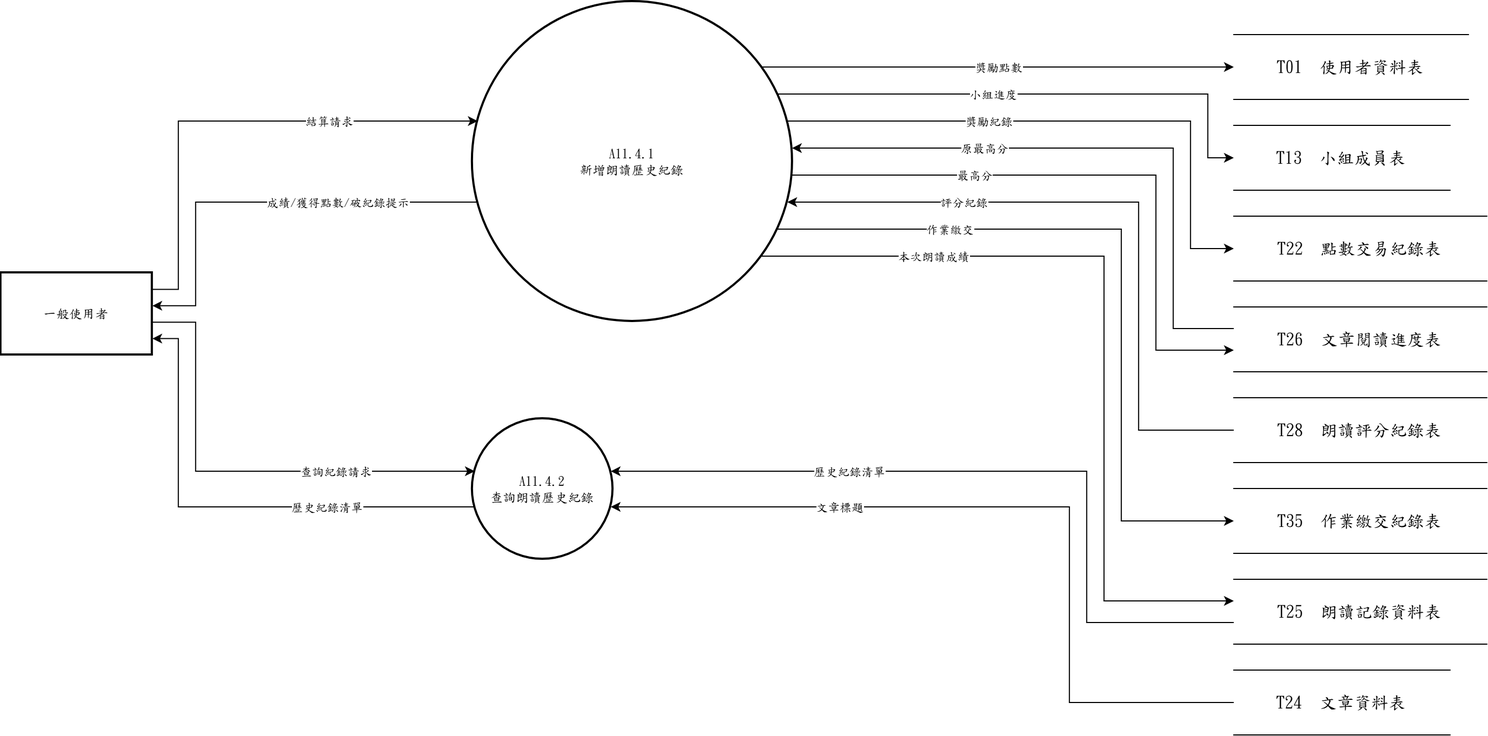
Earlier version of the draw.io export 系統文件/第6章/DFD圖/圖11/新/圖11-4.drawio.png (s22452007/115502). Source tidied: cells renumbered, new cells last; positions are measured from the earlier drawing's top-left corner, leaving out a move shared by most shapes.
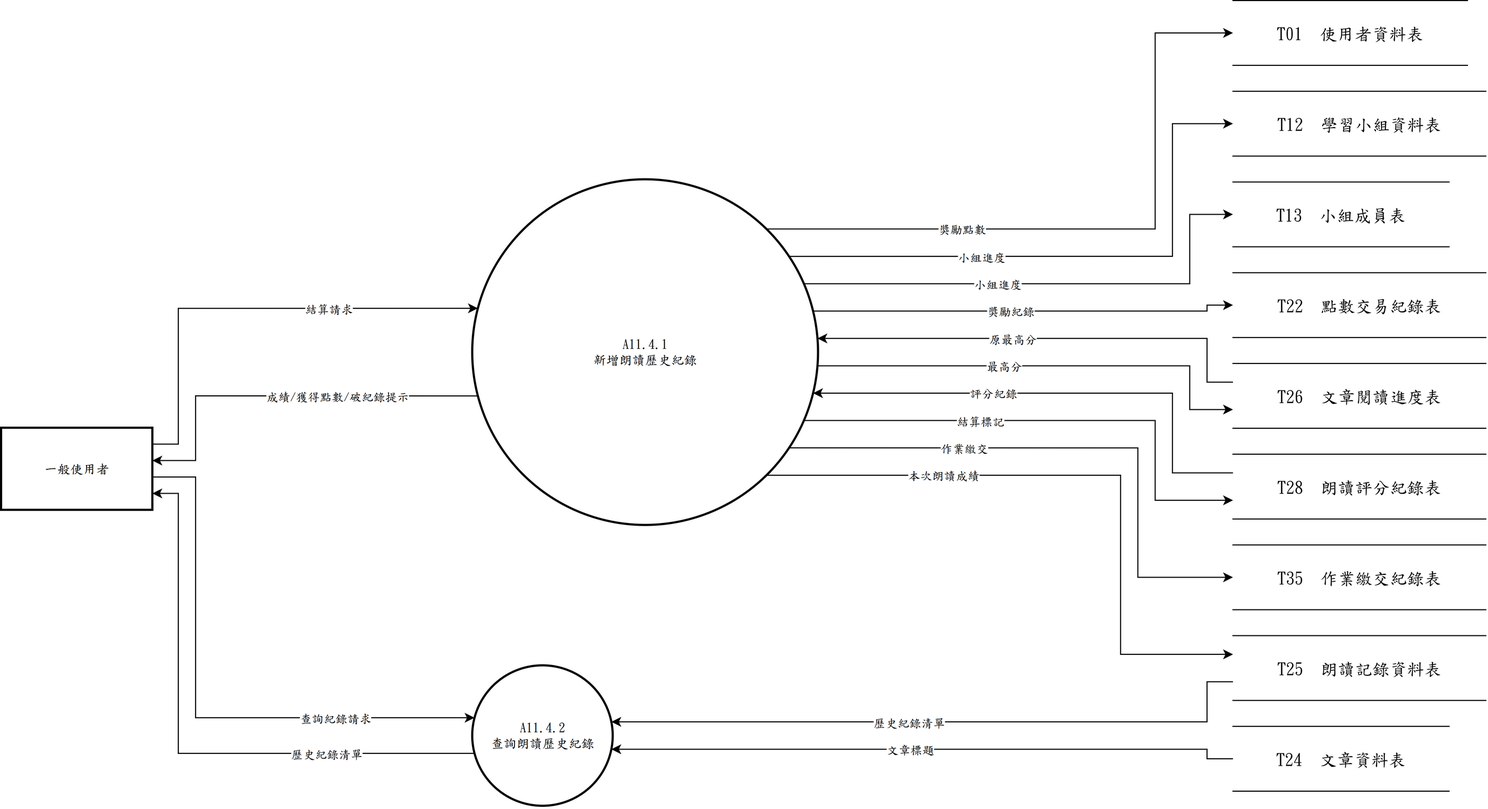
The same file after the commit.

Change to the diagram source:
```diff
@@ -3,16 +3,16 @@
     <mxCell id="0" />
     <mxCell id="1" parent="0" />
     <mxCell id="2" value="A11.4.1&lt;br&gt;新增朗讀歷史紀錄" style="ellipse;strokeWidth=2;whiteSpace=wrap;html=1;fontFamily=標楷體;" parent="1" vertex="1">
-      <mxGeometry x="436" width="296" height="296" as="geometry" />
+      <mxGeometry x="436" y="112" width="320" height="320" as="geometry" />
     </mxCell>
     <mxCell id="3" value="A11.4.2&lt;br&gt;查詢朗讀歷史紀錄" style="ellipse;strokeWidth=2;whiteSpace=wrap;html=1;fontFamily=標楷體;" parent="1" vertex="1">
-      <mxGeometry x="436" y="386" width="130" height="130" as="geometry" />
+      <mxGeometry x="436" y="562" width="130" height="130" as="geometry" />
     </mxCell>
     <mxCell id="4" value="一般使用者" style="whiteSpace=wrap;strokeWidth=2;html=1;fontFamily=標楷體;" parent="1" vertex="1">
-      <mxGeometry y="251" width="140" height="76" as="geometry" />
+      <mxGeometry y="342" width="140" height="76" as="geometry" />
     </mxCell>
     <mxCell id="5" value="T01  使用者資料表" style="shape=partialRectangle;whiteSpace=wrap;html=1;left=0;right=0;fontFamily=標楷體;fontSize=16;" parent="1" vertex="1">
-      <mxGeometry x="1140" y="30.5" width="217" height="60" as="geometry" />
+      <mxGeometry x="1140" y="-53.5" width="217" height="60" as="geometry" />
     </mxCell>
     <mxCell id="6" value="T13  小組成員表" style="shape=partialRectangle;whiteSpace=wrap;html=1;left=0;right=0;fontFamily=標楷體;fontSize=16;" parent="1" vertex="1">
       <mxGeometry x="1140" y="114.5" width="200" height="60" as="geometry" />
@@ -38,151 +38,181 @@
     <mxCell id="13" style="edgeStyle=none;rounded=0;html=1;fontFamily=標楷體;endArrow=classic;exitX=1.0000;exitY=0.2000;exitDx=0;exitDy=0;exitPerimeter=0;entryX=0.0163;entryY=0.3733;entryDx=0;entryDy=0;entryPerimeter=0;" parent="1" edge="1" source="4" target="2">
       <mxGeometry relative="1" as="geometry">
         <Array as="points">
-          <mxPoint x="164" y="266.2" />
-          <mxPoint x="164" y="110.5" />
+          <mxPoint x="164" y="357.2" />
+          <mxPoint x="164" y="231.5" />
         </Array>
       </mxGeometry>
     </mxCell>
     <mxCell id="14" value="結算請求" style="edgeLabel;html=1;align=center;verticalAlign=middle;fontFamily=標楷體;" parent="13" vertex="1">
-      <mxGeometry x="0.39" relative="1" as="geometry" />
+      <mxGeometry x="0.35" relative="1" as="geometry" />
     </mxCell>
-    <mxCell id="15" style="edgeStyle=none;rounded=0;html=1;fontFamily=標楷體;endArrow=classic;exitX=0.0000;exitY=0.5000;exitDx=0;exitDy=0;exitPerimeter=0;entryX=0.9837;entryY=0.6267;entryDx=0;entryDy=0;entryPerimeter=0;" parent="1" edge="1" source="9" target="2">
+    <mxCell id="15" style="edgeStyle=none;rounded=0;html=1;fontFamily=標楷體;endArrow=classic;exitX=0.0000;exitY=0.2889;exitDx=0;exitDy=0;exitPerimeter=0;entryX=0.9857;entryY=0.6187;entryDx=0;entryDy=0;entryPerimeter=0;" parent="1" edge="1" source="9" target="2">
       <mxGeometry relative="1" as="geometry">
         <Array as="points">
-          <mxPoint x="1052" y="396.5" />
-          <mxPoint x="1052" y="185.5" />
+          <mxPoint x="1084" y="383.8" />
+          <mxPoint x="1084" y="310" />
         </Array>
       </mxGeometry>
     </mxCell>
     <mxCell id="16" value="評分紀錄" style="edgeLabel;html=1;align=center;verticalAlign=middle;fontFamily=標楷體;" parent="15" vertex="1">
-      <mxGeometry x="0.48" relative="1" as="geometry" />
+      <mxGeometry x="0.28" relative="1" as="geometry" />
     </mxCell>
-    <mxCell id="17" style="edgeStyle=none;rounded=0;html=1;fontFamily=標楷體;endArrow=classic;exitX=0.0000;exitY=0.3333;exitDx=0;exitDy=0;exitPerimeter=0;entryX=0.9982;entryY=0.4578;entryDx=0;entryDy=0;entryPerimeter=0;" parent="1" edge="1" source="8" target="2">
+    <mxCell id="17" style="edgeStyle=none;rounded=0;html=1;fontFamily=標楷體;endArrow=classic;exitX=0.0000;exitY=0.2889;exitDx=0;exitDy=0;exitPerimeter=0;entryX=0.9984;entryY=0.4604;entryDx=0;entryDy=0;entryPerimeter=0;" parent="1" edge="1" source="8" target="2">
       <mxGeometry relative="1" as="geometry">
         <Array as="points">
-          <mxPoint x="1084" y="302.5" />
-          <mxPoint x="1084" y="135.5" />
+          <mxPoint x="1116" y="299.8" />
+          <mxPoint x="1116" y="259.3" />
         </Array>
       </mxGeometry>
     </mxCell>
     <mxCell id="18" value="原最高分" style="edgeLabel;html=1;align=center;verticalAlign=middle;fontFamily=標楷體;" parent="17" vertex="1">
-      <mxGeometry x="0.39" relative="1" as="geometry" />
+      <mxGeometry x="0.15" relative="1" as="geometry" />
     </mxCell>
     <mxCell id="19" style="edgeStyle=none;rounded=0;html=1;fontFamily=標楷體;endArrow=classic;exitX=0.0163;exitY=0.6267;exitDx=0;exitDy=0;exitPerimeter=0;entryX=1.0000;entryY=0.4000;entryDx=0;entryDy=0;entryPerimeter=0;" parent="1" edge="1" source="2" target="4">
       <mxGeometry relative="1" as="geometry">
         <Array as="points">
-          <mxPoint x="180" y="185.5" />
-          <mxPoint x="180" y="281.4" />
+          <mxPoint x="180" y="312.5" />
+          <mxPoint x="180" y="372.4" />
         </Array>
       </mxGeometry>
     </mxCell>
     <mxCell id="20" value="成績/獲得點數/破紀錄提示" style="edgeLabel;html=1;align=center;verticalAlign=middle;fontFamily=標楷體;" parent="19" vertex="1">
-      <mxGeometry x="-0.34" relative="1" as="geometry" />
+      <mxGeometry x="-0.28" relative="1" as="geometry" />
     </mxCell>
-    <mxCell id="21" style="edgeStyle=none;rounded=0;html=1;fontFamily=標楷體;endArrow=classic;exitX=0.9033;exitY=0.7956;exitDx=0;exitDy=0;exitPerimeter=0;entryX=0.0000;entryY=0.3333;entryDx=0;entryDy=0;entryPerimeter=0;" parent="1" edge="1" source="2" target="11">
+    <mxCell id="21" style="edgeStyle=none;rounded=0;html=1;fontFamily=標楷體;endArrow=classic;exitX=0.8509;exitY=0.8562;exitDx=0;exitDy=0;exitPerimeter=0;entryX=0.0000;entryY=0.2889;entryDx=0;entryDy=0;entryPerimeter=0;" parent="1" edge="1" source="2" target="11">
       <mxGeometry relative="1" as="geometry">
         <Array as="points">
-          <mxPoint x="1020" y="235.5" />
-          <mxPoint x="1020" y="554.5" />
+          <mxPoint x="1036" y="386" />
+          <mxPoint x="1036" y="551.8" />
         </Array>
       </mxGeometry>
     </mxCell>
     <mxCell id="22" value="本次朗讀成績" style="edgeLabel;html=1;align=center;verticalAlign=middle;fontFamily=標楷體;" parent="21" vertex="1">
-      <mxGeometry x="-0.58" relative="1" as="geometry" />
+      <mxGeometry x="-0.45" relative="1" as="geometry" />
     </mxCell>
-    <mxCell id="23" style="edgeStyle=none;rounded=0;html=1;fontFamily=標楷體;endArrow=classic;exitX=0.9982;exitY=0.5422;exitDx=0;exitDy=0;exitPerimeter=0;entryX=0.0000;entryY=0.6667;entryDx=0;entryDy=0;entryPerimeter=0;" parent="1" edge="1" source="2" target="8">
+    <mxCell id="23" style="edgeStyle=none;rounded=0;html=1;fontFamily=標楷體;endArrow=classic;exitX=0.9984;exitY=0.5396;exitDx=0;exitDy=0;exitPerimeter=0;entryX=0.0000;entryY=0.7111;entryDx=0;entryDy=0;entryPerimeter=0;" parent="1" edge="1" source="2" target="8">
       <mxGeometry relative="1" as="geometry">
         <Array as="points">
-          <mxPoint x="1068" y="160.5" />
-          <mxPoint x="1068" y="322.5" />
+          <mxPoint x="1100" y="284.7" />
+          <mxPoint x="1100" y="325.2" />
         </Array>
       </mxGeometry>
     </mxCell>
     <mxCell id="24" value="最高分" style="edgeLabel;html=1;align=center;verticalAlign=middle;fontFamily=標楷體;" parent="23" vertex="1">
-      <mxGeometry x="-0.41" relative="1" as="geometry" />
+      <mxGeometry x="-0.19" relative="1" as="geometry" />
     </mxCell>
-    <mxCell id="25" style="edgeStyle=none;rounded=0;html=1;fontFamily=標楷體;endArrow=classic;exitX=0.9033;exitY=0.2044;exitDx=0;exitDy=0;exitPerimeter=0;entryX=0.0000;entryY=0.5000;entryDx=0;entryDy=0;entryPerimeter=0;" parent="1" edge="1" source="2" target="5">
-      <mxGeometry relative="1" as="geometry" />
+    <mxCell id="25" style="edgeStyle=none;rounded=0;html=1;fontFamily=標楷體;endArrow=classic;exitX=0.8509;exitY=0.1438;exitDx=0;exitDy=0;exitPerimeter=0;entryX=0.0000;entryY=0.5000;entryDx=0;entryDy=0;entryPerimeter=0;" parent="1" edge="1" source="2" target="5">
+      <mxGeometry relative="1" as="geometry">
+        <Array as="points">
+          <mxPoint x="1068" y="158" />
+          <mxPoint x="1068" y="-23.5" />
+        </Array>
+      </mxGeometry>
     </mxCell>
     <mxCell id="26" value="獎勵點數" style="edgeLabel;html=1;align=center;verticalAlign=middle;fontFamily=標楷體;" parent="25" vertex="1">
-      <mxGeometry relative="1" as="geometry" />
+      <mxGeometry x="-0.41" relative="1" as="geometry" />
     </mxCell>
-    <mxCell id="27" style="edgeStyle=none;rounded=0;html=1;fontFamily=標楷體;endArrow=classic;exitX=0.9837;exitY=0.3733;exitDx=0;exitDy=0;exitPerimeter=0;entryX=0.0000;entryY=0.5000;entryDx=0;entryDy=0;entryPerimeter=0;" parent="1" edge="1" source="2" target="7">
+    <mxCell id="27" style="edgeStyle=none;rounded=0;html=1;fontFamily=標楷體;endArrow=classic;exitX=0.9857;exitY=0.3813;exitDx=0;exitDy=0;exitPerimeter=0;entryX=0.0000;entryY=0.5000;entryDx=0;entryDy=0;entryPerimeter=0;" parent="1" edge="1" source="2" target="7">
       <mxGeometry relative="1" as="geometry">
         <Array as="points">
-          <mxPoint x="1100" y="110.5" />
-          <mxPoint x="1100" y="228.5" />
+          <mxPoint x="1116" y="234" />
+          <mxPoint x="1116" y="228.5" />
         </Array>
       </mxGeometry>
     </mxCell>
     <mxCell id="28" value="獎勵紀錄" style="edgeLabel;html=1;align=center;verticalAlign=middle;fontFamily=標楷體;" parent="27" vertex="1">
-      <mxGeometry x="-0.3" relative="1" as="geometry" />
+      <mxGeometry x="-0.07" relative="1" as="geometry" />
     </mxCell>
-    <mxCell id="29" style="edgeStyle=none;rounded=0;html=1;fontFamily=標楷體;endArrow=classic;exitX=0.9532;exitY=0.2889;exitDx=0;exitDy=0;exitPerimeter=0;entryX=0.0000;entryY=0.5000;entryDx=0;entryDy=0;entryPerimeter=0;" parent="1" edge="1" source="2" target="6">
+    <mxCell id="29" style="edgeStyle=none;rounded=0;html=1;fontFamily=標楷體;endArrow=classic;exitX=0.9592;exitY=0.3021;exitDx=0;exitDy=0;exitPerimeter=0;entryX=0.0000;entryY=0.5000;entryDx=0;entryDy=0;entryPerimeter=0;" parent="1" edge="1" source="2" target="6">
       <mxGeometry relative="1" as="geometry">
         <Array as="points">
-          <mxPoint x="1116" y="85.5" />
-          <mxPoint x="1116" y="144.5" />
+          <mxPoint x="1100" y="208.7" />
+          <mxPoint x="1100" y="144.5" />
         </Array>
       </mxGeometry>
     </mxCell>
     <mxCell id="30" value="小組進度" style="edgeLabel;html=1;align=center;verticalAlign=middle;fontFamily=標楷體;" parent="29" vertex="1">
-      <mxGeometry x="-0.17" relative="1" as="geometry" />
+      <mxGeometry x="-0.23" relative="1" as="geometry" />
     </mxCell>
-    <mxCell id="31" style="edgeStyle=none;rounded=0;html=1;fontFamily=標楷體;endArrow=classic;exitX=0.9532;exitY=0.7111;exitDx=0;exitDy=0;exitPerimeter=0;entryX=0.0000;entryY=0.5000;entryDx=0;entryDy=0;entryPerimeter=0;" parent="1" edge="1" source="2" target="10">
+    <mxCell id="31" style="edgeStyle=none;rounded=0;html=1;fontFamily=標楷體;endArrow=classic;exitX=0.9162;exitY=0.7770;exitDx=0;exitDy=0;exitPerimeter=0;entryX=0.0000;entryY=0.5000;entryDx=0;entryDy=0;entryPerimeter=0;" parent="1" edge="1" source="2" target="10">
       <mxGeometry relative="1" as="geometry">
         <Array as="points">
-          <mxPoint x="1036" y="210.5" />
-          <mxPoint x="1036" y="480.5" />
+          <mxPoint x="1052" y="360.7" />
+          <mxPoint x="1052" y="480.5" />
         </Array>
       </mxGeometry>
     </mxCell>
     <mxCell id="32" value="作業繳交" style="edgeLabel;html=1;align=center;verticalAlign=middle;fontFamily=標楷體;" parent="31" vertex="1">
-      <mxGeometry x="-0.54" relative="1" as="geometry" />
+      <mxGeometry x="-0.39" relative="1" as="geometry" />
     </mxCell>
     <mxCell id="33" style="edgeStyle=none;rounded=0;html=1;fontFamily=標楷體;endArrow=classic;exitX=1.0000;exitY=0.6000;exitDx=0;exitDy=0;exitPerimeter=0;entryX=0.0163;entryY=0.3733;entryDx=0;entryDy=0;entryPerimeter=0;" parent="1" edge="1" source="4" target="3">
       <mxGeometry relative="1" as="geometry">
         <Array as="points">
-          <mxPoint x="180" y="296.6" />
-          <mxPoint x="180" y="434.5" />
+          <mxPoint x="180" y="387.6" />
+          <mxPoint x="180" y="610.5" />
         </Array>
       </mxGeometry>
     </mxCell>
     <mxCell id="34" value="查詢紀錄請求" style="edgeLabel;html=1;align=center;verticalAlign=middle;fontFamily=標楷體;" parent="33" vertex="1">
-      <mxGeometry x="0.41" relative="1" as="geometry" />
+      <mxGeometry x="0.51" relative="1" as="geometry" />
     </mxCell>
-    <mxCell id="35" style="edgeStyle=none;rounded=0;html=1;fontFamily=標楷體;endArrow=classic;exitX=0.0000;exitY=0.6667;exitDx=0;exitDy=0;exitPerimeter=0;entryX=0.9837;entryY=0.3733;entryDx=0;entryDy=0;entryPerimeter=0;" parent="1" edge="1" source="11" target="3">
+    <mxCell id="35" style="edgeStyle=none;rounded=0;html=1;fontFamily=標楷體;endArrow=classic;exitX=0.0000;exitY=0.7111;exitDx=0;exitDy=0;exitPerimeter=0;entryX=0.9904;entryY=0.4026;entryDx=0;entryDy=0;entryPerimeter=0;" parent="1" edge="1" source="11" target="3">
       <mxGeometry relative="1" as="geometry">
         <Array as="points">
-          <mxPoint x="1004" y="574.5" />
-          <mxPoint x="1004" y="434.5" />
+          <mxPoint x="1116" y="577.2" />
+          <mxPoint x="1116" y="614.3" />
         </Array>
       </mxGeometry>
     </mxCell>
     <mxCell id="36" value="歷史紀錄清單" style="edgeLabel;html=1;align=center;verticalAlign=middle;fontFamily=標楷體;" parent="35" vertex="1">
-      <mxGeometry x="0.39" relative="1" as="geometry" />
+      <mxGeometry x="0.1" relative="1" as="geometry" />
     </mxCell>
-    <mxCell id="37" style="edgeStyle=none;rounded=0;html=1;fontFamily=標楷體;endArrow=classic;exitX=0.0000;exitY=0.5000;exitDx=0;exitDy=0;exitPerimeter=0;entryX=0.9837;entryY=0.6267;entryDx=0;entryDy=0;entryPerimeter=0;" parent="1" edge="1" source="12" target="3">
+    <mxCell id="37" style="edgeStyle=none;rounded=0;html=1;fontFamily=標楷體;endArrow=classic;exitX=0.0000;exitY=0.5000;exitDx=0;exitDy=0;exitPerimeter=0;entryX=0.9904;entryY=0.5974;entryDx=0;entryDy=0;entryPerimeter=0;" parent="1" edge="1" source="12" target="3">
       <mxGeometry relative="1" as="geometry">
         <Array as="points">
-          <mxPoint x="988" y="648.5" />
-          <mxPoint x="988" y="467.5" />
+          <mxPoint x="1116" y="648.5" />
+          <mxPoint x="1116" y="639.7" />
         </Array>
       </mxGeometry>
     </mxCell>
     <mxCell id="38" value="文章標題" style="edgeLabel;html=1;align=center;verticalAlign=middle;fontFamily=標楷體;" parent="37" vertex="1">
-      <mxGeometry x="0.44" relative="1" as="geometry" />
+      <mxGeometry x="0.06" relative="1" as="geometry" />
     </mxCell>
     <mxCell id="39" style="edgeStyle=none;rounded=0;html=1;fontFamily=標楷體;endArrow=classic;exitX=0.0163;exitY=0.6267;exitDx=0;exitDy=0;exitPerimeter=0;entryX=1.0000;entryY=0.8000;entryDx=0;entryDy=0;entryPerimeter=0;" parent="1" edge="1" source="3" target="4">
       <mxGeometry relative="1" as="geometry">
         <Array as="points">
-          <mxPoint x="164" y="467.5" />
-          <mxPoint x="164" y="311.8" />
+          <mxPoint x="164" y="643.5" />
+          <mxPoint x="164" y="402.8" />
         </Array>
       </mxGeometry>
     </mxCell>
     <mxCell id="40" value="歷史紀錄清單" style="edgeLabel;html=1;align=center;verticalAlign=middle;fontFamily=標楷體;" parent="39" vertex="1">
-      <mxGeometry x="-0.4" relative="1" as="geometry" />
+      <mxGeometry x="-0.49" relative="1" as="geometry" />
     </mxCell>
+    <mxCell id="41" value="T12  學習小組資料表" style="shape=partialRectangle;whiteSpace=wrap;html=1;left=0;right=0;fontFamily=標楷體;fontSize=16;" parent="1" vertex="1">
+      <mxGeometry x="1140" y="30.5" width="234" height="60" as="geometry" />
+    </mxCell>
+    <mxCell id="42" style="edgeStyle=none;rounded=0;html=1;fontFamily=標楷體;endArrow=classic;exitX=0.9162;exitY=0.2230;exitDx=0;exitDy=0;exitPerimeter=0;entryX=0.0000;entryY=0.5000;entryDx=0;entryDy=0;entryPerimeter=0;" parent="1" edge="1" source="2" target="41">
+      <mxGeometry relative="1" as="geometry">
+        <Array as="points">
+          <mxPoint x="1084" y="183.3" />
+          <mxPoint x="1084" y="60.5" />
+        </Array>
+      </mxGeometry>
+    </mxCell>
+    <mxCell id="43" value="小組進度" style="edgeLabel;html=1;align=center;verticalAlign=middle;fontFamily=標楷體;" parent="42" vertex="1">
+      <mxGeometry x="-0.34" relative="1" as="geometry" />
+    </mxCell>
+    <mxCell id="44" style="edgeStyle=none;rounded=0;html=1;fontFamily=標楷體;endArrow=classic;exitX=0.9592;exitY=0.6979;exitDx=0;exitDy=0;exitPerimeter=0;entryX=0.0000;entryY=0.7111;entryDx=0;entryDy=0;entryPerimeter=0;" parent="1" edge="1" source="2" target="9">
+      <mxGeometry relative="1" as="geometry">
+        <Array as="points">
+          <mxPoint x="1068" y="335.3" />
+          <mxPoint x="1068" y="409.2" />
+        </Array>
+      </mxGeometry>
+    </mxCell>
+    <mxCell id="45" value="結算標記" style="edgeLabel;html=1;align=center;verticalAlign=middle;fontFamily=標楷體;" parent="44" vertex="1">
+      <mxGeometry x="-0.31" relative="1" as="geometry" />
+    </mxCell>
   </root>
 </mxGraphModel>
```
